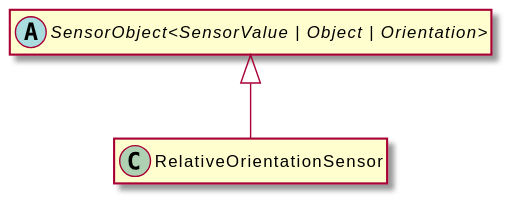
This is assets/RelativeOrientationSensor-umlClassDiagram-3825.svg from OpenHPS/openhps-core, a PlantUML export, as it was before one commit. Source of this version:
```plantuml
@startuml
skinparam BackgroundColor transparent
hide empty methods
hide empty fields
class "RelativeOrientationSensor" {
}
abstract class "SensorObject<SensorValue | Object | Orientation>" {
}
"SensorObject<SensorValue | Object | Orientation>" <|-- "RelativeOrientationSensor"
@enduml
```
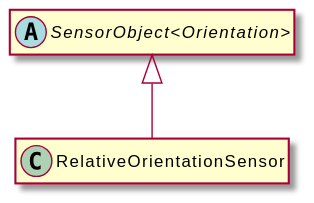
After the commit.

Diff of the diagram source:
```diff
@@ -4,7 +4,7 @@
 hide empty fields
 class "RelativeOrientationSensor" {
 }
-abstract class "SensorObject<SensorValue | Object | Orientation>" {
+abstract class "SensorObject<Orientation>" {
 }
-"SensorObject<SensorValue | Object | Orientation>" <|-- "RelativeOrientationSensor"
+"SensorObject<Orientation>" <|-- "RelativeOrientationSensor"
 @enduml
```
